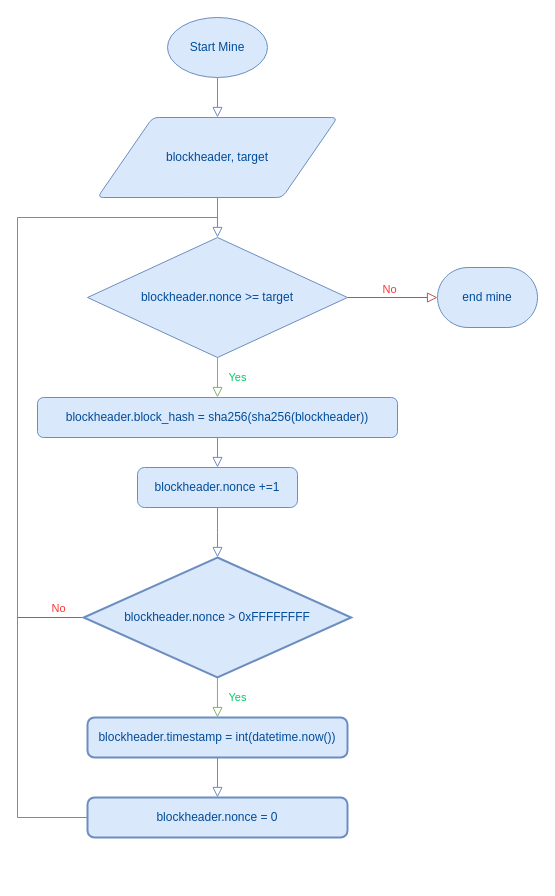
Above: Untitled Diagram.drawio in 44120N/blockchain_rp (draw.io), before the change. Source tidied: cells renumbered, new cells numbered last; positions are measured from the earlier drawing's top-left corner, leaving out a move shared by most shapes. Both pictures are drawn from the tidied source at 100%, with x=0, y=0 at pixel (17, 17).
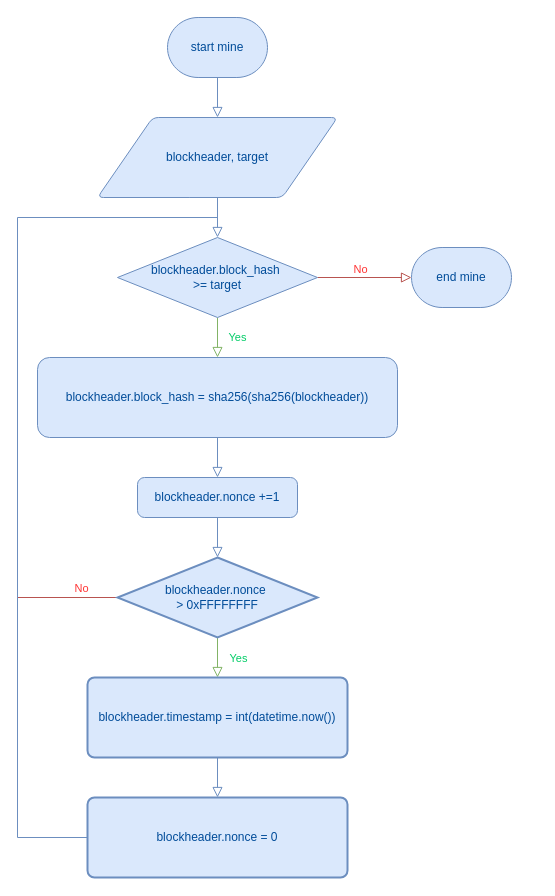
The same page after the edit.

Unchanged cells that the change refers to:
```xml
<mxCell id="7" value="&lt;font style=&quot;color: rgb(0, 76, 153);&quot;&gt;blockheader, target&lt;/font&gt;" style="shape=parallelogram;html=1;strokeWidth=1;perimeter=parallelogramPerimeter;whiteSpace=wrap;rounded=1;arcSize=12;size=0.23;fillColor=#dae8fc;strokeColor=#6c8ebf;" parent="1" vertex="1">
  <mxGeometry x="80" y="100" width="240" height="80" as="geometry" />
</mxCell>
```

What changed in the source:
```diff
@@
-    <mxCell id="2" style="rounded=0;html=1;jettySize=auto;fontSize=11;endArrow=block;endFill=0;endSize=8;strokeWidth=1;shadow=0;labelBackgroundColor=none;edgeStyle=orthogonalEdgeStyle;exitX=0.5;exitY=1;exitDx=0;exitDy=0;exitPerimeter=0;fillColor=#dae8fc;strokeColor=#6c8ebf;" parent="1" edge="1" source="6" target="7">
+    <mxCell id="2" style="rounded=0;html=1;jettySize=auto;fontSize=11;endArrow=block;endFill=0;endSize=8;strokeWidth=1;shadow=0;labelBackgroundColor=none;edgeStyle=orthogonalEdgeStyle;exitX=0.5;exitY=1;exitDx=0;exitDy=0;exitPerimeter=0;fillColor=#dae8fc;strokeColor=#6c8ebf;" parent="1" edge="1" source="25" target="7">
       <mxGeometry relative="1" as="geometry" />
     </mxCell>
@@
     <mxCell id="5" value="&lt;font style=&quot;color: rgb(0, 76, 153);&quot;&gt;blockheader.block_hash =&amp;nbsp;&lt;span style=&quot;background-color: transparent;&quot;&gt;sha256(sha256(blockheader))&lt;/span&gt;&lt;/font&gt;" style="rounded=1;whiteSpace=wrap;html=1;fontSize=12;glass=0;strokeWidth=1;shadow=0;fillColor=#dae8fc;strokeColor=#6c8ebf;" parent="1" vertex="1">
-      <mxGeometry x="20" y="380" width="360" height="40" as="geometry" />
+      <mxGeometry x="20" y="340" width="360" height="80" as="geometry" />
     </mxCell>
-    <mxCell id="6" value="&lt;font style=&quot;color: rgb(0, 76, 153);&quot;&gt;Start Mine&lt;/font&gt;" style="strokeWidth=1;html=1;shape=mxgraph.flowchart.start_1;whiteSpace=wrap;fillColor=#dae8fc;strokeColor=#6c8ebf;" parent="1" vertex="1">
-      <mxGeometry x="150" width="100" height="60" as="geometry" />
-    </mxCell>
@@
-    <mxCell id="10" value="&lt;font style=&quot;color: rgb(0, 76, 153);&quot;&gt;blockheader.nonce &amp;gt;= target&lt;/font&gt;" style="strokeWidth=1;html=1;shape=mxgraph.flowchart.decision;whiteSpace=wrap;fillColor=#dae8fc;strokeColor=#6c8ebf;" parent="1" vertex="1">
-      <mxGeometry x="70" y="220" width="260" height="120" as="geometry" />
+    <mxCell id="10" value="&lt;font style=&quot;color: rgb(0, 76, 153);&quot;&gt;blockheader.block_hash&amp;nbsp;&lt;/font&gt;&lt;div&gt;&lt;font style=&quot;color: rgb(0, 76, 153);&quot;&gt;&amp;gt;= target&lt;/font&gt;&lt;/div&gt;" style="strokeWidth=1;html=1;shape=mxgraph.flowchart.decision;whiteSpace=wrap;fillColor=#dae8fc;strokeColor=#6c8ebf;" parent="1" vertex="1">
+      <mxGeometry x="100" y="220" width="200" height="80" as="geometry" />
     </mxCell>
@@
     <mxCell id="13" value="&lt;font style=&quot;color: rgb(0, 76, 153);&quot;&gt;blockheader.nonce +=1&lt;/font&gt;" style="rounded=1;whiteSpace=wrap;html=1;absoluteArcSize=1;arcSize=14;strokeWidth=1;fillColor=#dae8fc;strokeColor=#6c8ebf;" parent="1" vertex="1">
-      <mxGeometry x="120" y="450" width="160" height="40" as="geometry" />
+      <mxGeometry x="120" y="460" width="160" height="40" as="geometry" />
     </mxCell>
@@
     <mxCell id="16" style="edgeStyle=orthogonalEdgeStyle;rounded=0;jettySize=auto;html=1;exitX=0;exitY=0.5;exitDx=0;exitDy=0;exitPerimeter=0;fillColor=#f8cecc;strokeColor=#b85450;endSize=8;endArrow=none;endFill=0;startFill=0;" parent="1" edge="1" source="18">
       <mxGeometry relative="1" as="geometry">
-        <mxPoint y="600" as="targetPoint" />
+        <mxPoint y="580" as="targetPoint" />
       </mxGeometry>
     </mxCell>
@@
-    <mxCell id="18" value="&lt;font style=&quot;color: rgb(0, 76, 153);&quot;&gt;blockheader.nonce &amp;gt; 0xFFFFFFFF&lt;/font&gt;" style="strokeWidth=2;html=1;shape=mxgraph.flowchart.decision;whiteSpace=wrap;fillColor=#dae8fc;strokeColor=#6c8ebf;" parent="1" vertex="1">
-      <mxGeometry x="66.2" y="540" width="267.5" height="120" as="geometry" />
+    <mxCell id="18" value="&lt;font style=&quot;color: rgb(0, 76, 153);&quot;&gt;blockheader.nonce&amp;nbsp;&lt;/font&gt;&lt;div&gt;&lt;font style=&quot;color: rgb(0, 76, 153);&quot;&gt;&amp;gt; 0xFFFFFFFF&lt;/font&gt;&lt;/div&gt;" style="strokeWidth=2;html=1;shape=mxgraph.flowchart.decision;whiteSpace=wrap;fillColor=#dae8fc;strokeColor=#6c8ebf;" parent="1" vertex="1">
+      <mxGeometry x="100" y="540" width="200" height="80" as="geometry" />
     </mxCell>
@@
     <mxCell id="20" value="&lt;font style=&quot;color: rgb(0, 76, 153);&quot;&gt;blockheader.timestamp = int(datetime.now())&lt;/font&gt;" style="rounded=1;whiteSpace=wrap;html=1;absoluteArcSize=1;arcSize=14;strokeWidth=2;fillColor=#dae8fc;strokeColor=#6c8ebf;" parent="1" vertex="1">
-      <mxGeometry x="70" y="700" width="260" height="40" as="geometry" />
+      <mxGeometry x="70" y="660" width="260" height="80" as="geometry" />
     </mxCell>
-    <mxCell id="21" style="edgeStyle=orthogonalEdgeStyle;rounded=0;orthogonalLoop=1;jettySize=auto;html=1;exitX=0.5;exitY=1;exitDx=0;exitDy=0;fillColor=#dae8fc;strokeColor=#6c8ebf;endArrow=none;endFill=0;endSize=8;startFill=0;" parent="1" edge="1">
+    <mxCell id="21" style="edgeStyle=orthogonalEdgeStyle;rounded=0;jettySize=auto;html=1;exitX=0;exitY=0.5;exitDx=0;exitDy=0;fillColor=#dae8fc;strokeColor=#6c8ebf;endArrow=none;endFill=0;endSize=8;startFill=0;" parent="1" edge="1" source="22">
       <mxGeometry relative="1" as="geometry">
-        <mxPoint x="200" y="800" as="sourcePoint" />
         <mxPoint x="200" y="200" as="targetPoint" />
         <Array as="points">
-          <mxPoint y="800" />
+          <mxPoint y="820" />
+          <mxPoint y="200" />
         </Array>
       </mxGeometry>
     </mxCell>
     <mxCell id="22" value="&lt;font style=&quot;color: rgb(0, 76, 153);&quot;&gt;blockheader.nonce = 0&lt;/font&gt;" style="rounded=1;whiteSpace=wrap;html=1;absoluteArcSize=1;arcSize=14;strokeWidth=2;fillColor=#dae8fc;strokeColor=#6c8ebf;" parent="1" vertex="1">
-      <mxGeometry x="70" y="780" width="260" height="40" as="geometry" />
+      <mxGeometry x="70" y="780" width="260" height="80" as="geometry" />
     </mxCell>
@@
     <mxCell id="24" value="&lt;font style=&quot;color: rgb(0, 76, 153);&quot;&gt;end mine&lt;/font&gt;" style="strokeWidth=1;html=1;shape=mxgraph.flowchart.terminator;whiteSpace=wrap;fillColor=#dae8fc;strokeColor=#6c8ebf;" parent="1" vertex="1">
-      <mxGeometry x="420" y="250" width="100" height="60" as="geometry" />
+      <mxGeometry x="394" y="230" width="100" height="60" as="geometry" />
     </mxCell>
+    <mxCell id="25" value="&lt;font style=&quot;color: rgb(0, 76, 153);&quot;&gt;start mine&lt;/font&gt;" style="strokeWidth=1;html=1;shape=mxgraph.flowchart.terminator;whiteSpace=wrap;fillColor=#dae8fc;strokeColor=#6c8ebf;" parent="1" vertex="1">
+      <mxGeometry x="150" width="100" height="60" as="geometry" />
+    </mxCell>
```
